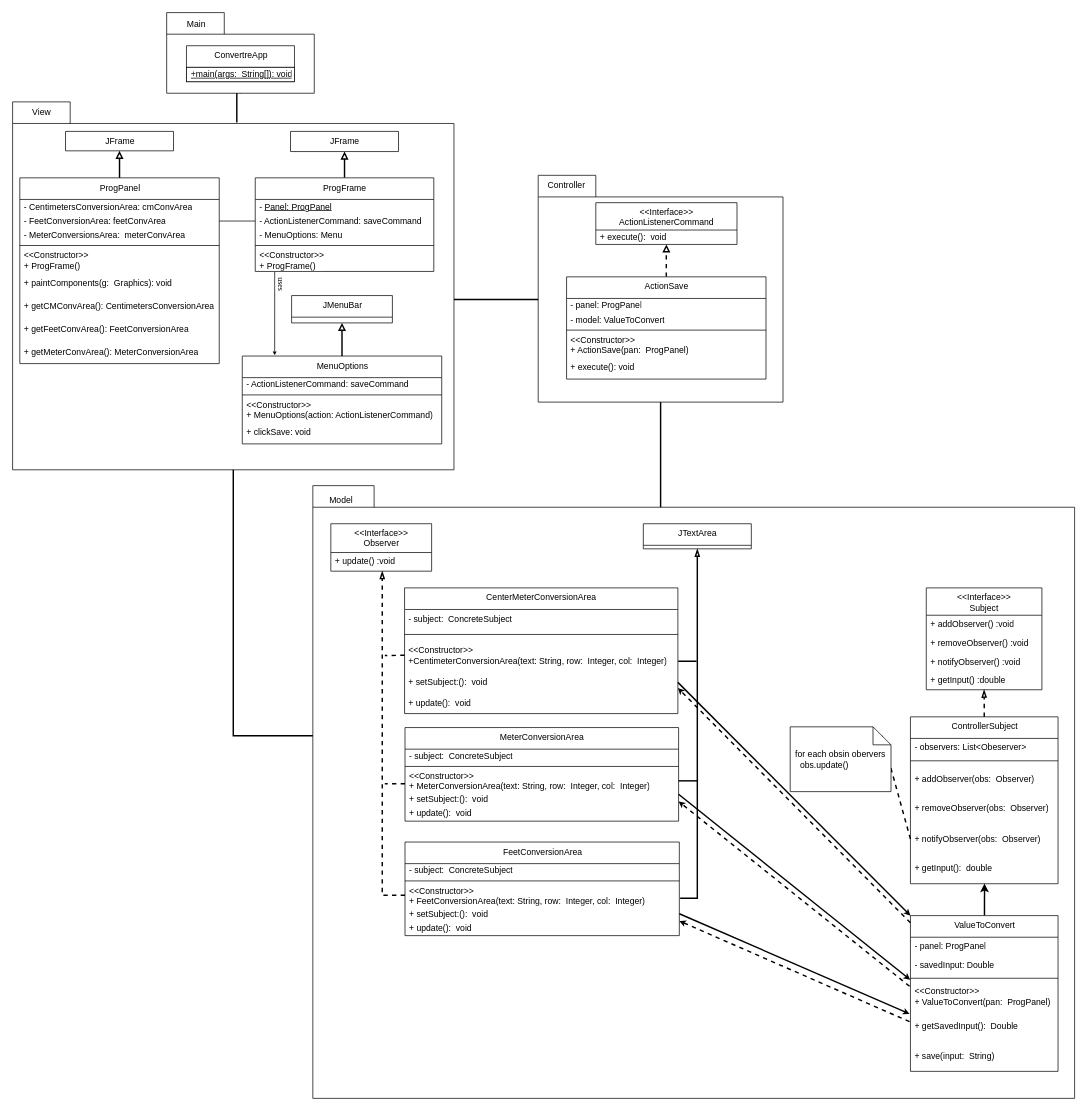
Before: ConverterProject.drawio in orionnelson/lab6, a draw.io diagram. Source tidied: cells renumbered, new cells numbered last; positions are measured from the earlier drawing's top-left corner, leaving out a move shared by most shapes. Both pictures are drawn from the tidied source at 72%, with x=0, y=0 at pixel (12, 12).
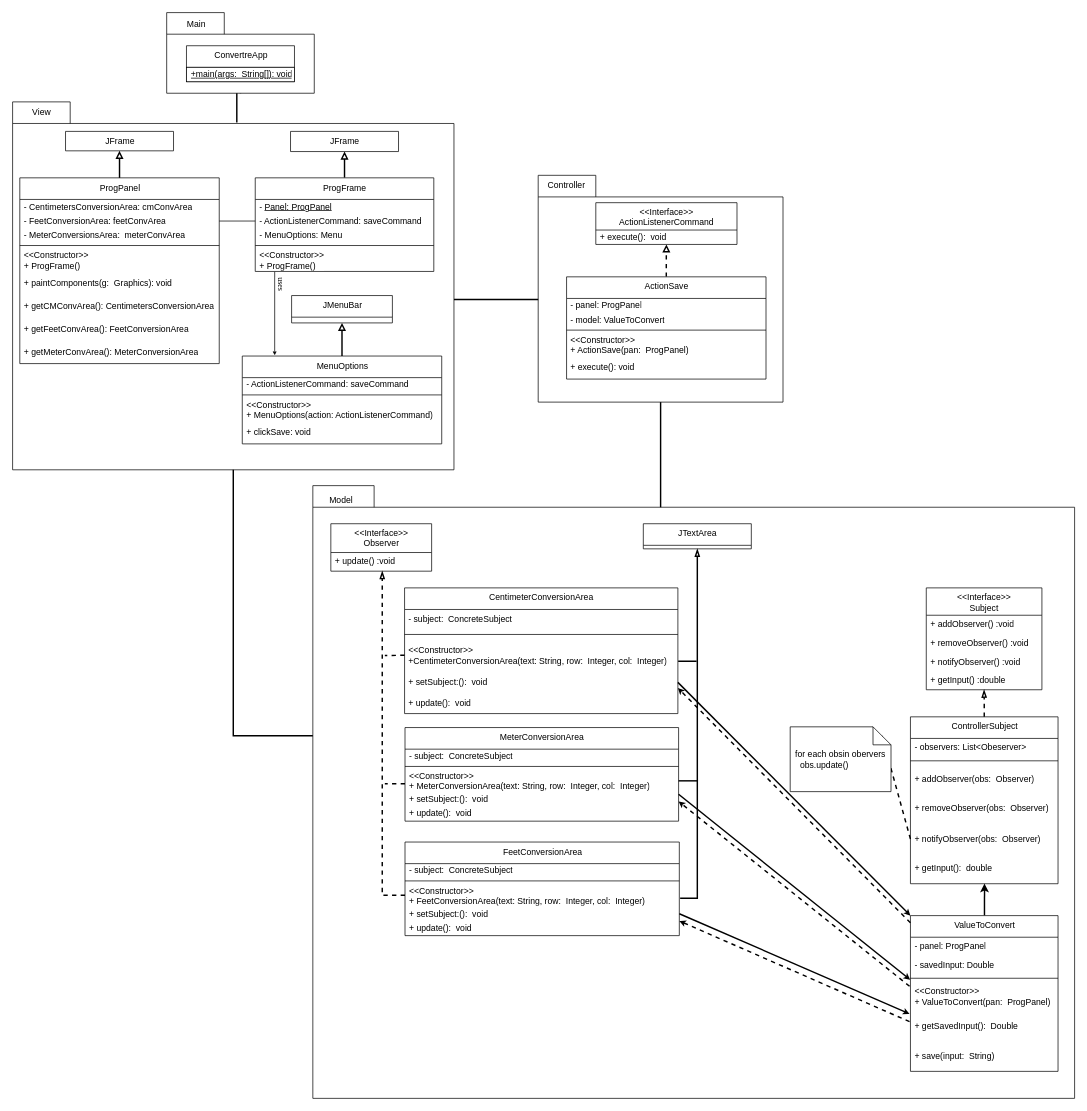
Above is the later version.

Unchanged cells that the change refers to:
```xml
<mxCell id="63" style="group;" parent="1" vertex="1">
  <mxGeometry x="536" y="799" width="388" height="188" as="geometry" />
</mxCell>
```

What changed in the source:
```diff
@@
-    <mxCell id="64" value="CenterMeterConversionArea" style="swimlane;fontStyle=0;align=center;verticalAlign=top;horizontal=1;startSize=30;html=1;fillColor=default;strokeColor=default;fontColor=default;" parent="63" vertex="1">
+    <mxCell id="64" value="CentimeterConversionArea" style="swimlane;fontStyle=0;align=center;verticalAlign=top;horizontal=1;startSize=30;html=1;fillColor=default;strokeColor=default;fontColor=default;" parent="63" vertex="1">
       <mxGeometry x="8.4" width="379.6" height="174.6" as="geometry" />
     </mxCell>
```
